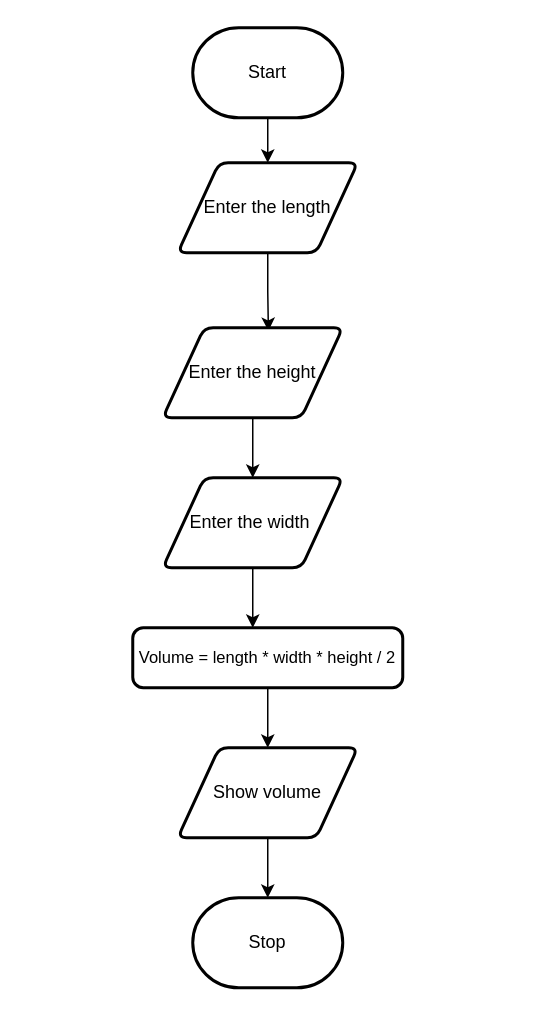
Above: design/flowchart.drawio in MTHS-ICD2O-1-2024/ICD2O-Unit-3-02-Domenic-dangelo (draw.io), before the change. Source tidied: cells renumbered, new cells numbered last; positions are measured from the earlier drawing's top-left corner, leaving out a move shared by most shapes. Both pictures are drawn from the tidied source at 150%, with x=0, y=0 at pixel (132, 27).
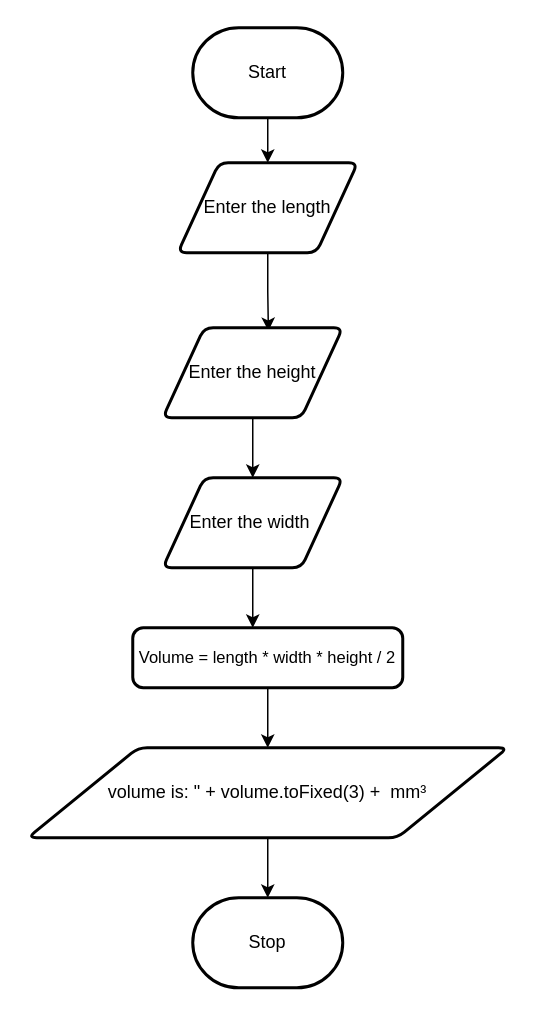
The same diagram, later.

What changed in the source:
```diff
@@
 <mxGraphModel>
   <root>
     <mxCell id="0" />
     <mxCell id="1" parent="0" />
     <mxCell id="2" value="Start" style="strokeWidth=2;html=1;shape=mxgraph.flowchart.terminator;whiteSpace=wrap;" parent="1" vertex="1">
       <mxGeometry x="40" width="100" height="60" as="geometry" />
     </mxCell>
     <mxCell id="3" value="Stop" style="strokeWidth=2;html=1;shape=mxgraph.flowchart.terminator;whiteSpace=wrap;" parent="1" vertex="1">
       <mxGeometry x="40" y="580" width="100" height="60" as="geometry" />
     </mxCell>
     <mxCell id="4" style="edgeStyle=elbowEdgeStyle;shape=connector;rounded=0;elbow=vertical;html=1;exitX=0.5;exitY=1;exitDx=0;exitDy=0;entryX=0.587;entryY=0.035;entryDx=0;entryDy=0;strokeColor=default;align=center;verticalAlign=middle;fontFamily=Helvetica;fontSize=11;fontColor=default;labelBackgroundColor=default;endArrow=classic;entryPerimeter=0;" parent="1" edge="1" source="5" target="13">
       <mxGeometry relative="1" as="geometry" />
     </mxCell>
     <mxCell id="5" value="&lt;div&gt;&lt;span style=&quot;background-color: transparent;&quot;&gt;Enter the length&lt;/span&gt;&lt;/div&gt;" style="shape=parallelogram;html=1;strokeWidth=2;perimeter=parallelogramPerimeter;whiteSpace=wrap;rounded=1;arcSize=12;size=0.23;" parent="1" vertex="1">
       <mxGeometry x="30" y="90" width="120" height="60" as="geometry" />
     </mxCell>
     <mxCell id="6" style="edgeStyle=elbowEdgeStyle;html=1;exitX=0.5;exitY=1;exitDx=0;exitDy=0;exitPerimeter=0;entryX=0.5;entryY=0;entryDx=0;entryDy=0;rounded=0;elbow=vertical;" parent="1" edge="1" source="2" target="5">
       <mxGeometry relative="1" as="geometry" />
     </mxCell>
     <mxCell id="7" style="edgeStyle=elbowEdgeStyle;shape=connector;rounded=0;elbow=vertical;html=1;exitX=0.5;exitY=1;exitDx=0;exitDy=0;entryX=0.5;entryY=0;entryDx=0;entryDy=0;strokeColor=default;align=center;verticalAlign=middle;fontFamily=Helvetica;fontSize=11;fontColor=default;labelBackgroundColor=default;endArrow=classic;" parent="1" edge="1" source="8" target="9">
       <mxGeometry relative="1" as="geometry" />
     </mxCell>
     <mxCell id="8" value="Volume = length * width * height / 2" style="rounded=1;whiteSpace=wrap;html=1;absoluteArcSize=1;arcSize=14;strokeWidth=2;fontFamily=Helvetica;fontSize=11;fontColor=default;labelBackgroundColor=default;" parent="1" vertex="1">
       <mxGeometry y="400" width="180" height="40" as="geometry" />
     </mxCell>
-    <mxCell id="9" value="Show volume" style="shape=parallelogram;html=1;strokeWidth=2;perimeter=parallelogramPerimeter;whiteSpace=wrap;rounded=1;arcSize=12;size=0.23;" parent="1" vertex="1">
-      <mxGeometry x="30" y="480" width="120" height="60" as="geometry" />
+    <mxCell id="9" value="&lt;span style=&quot;color: rgb(0, 0, 0);&quot;&gt;volume is: &quot; + volume.toFixed(3) +&amp;nbsp; mm³&lt;/span&gt;" style="shape=parallelogram;html=1;strokeWidth=2;perimeter=parallelogramPerimeter;whiteSpace=wrap;rounded=1;arcSize=12;size=0.23;" parent="1" vertex="1">
+      <mxGeometry x="-70" y="480" width="320" height="60" as="geometry" />
     </mxCell>
     <mxCell id="10" style="edgeStyle=elbowEdgeStyle;shape=connector;rounded=0;elbow=vertical;html=1;exitX=0.5;exitY=1;exitDx=0;exitDy=0;entryX=0.5;entryY=0;entryDx=0;entryDy=0;entryPerimeter=0;strokeColor=default;align=center;verticalAlign=middle;fontFamily=Helvetica;fontSize=11;fontColor=default;labelBackgroundColor=default;endArrow=classic;" parent="1" edge="1" source="9" target="3">
       <mxGeometry relative="1" as="geometry" />
     </mxCell>
     <mxCell id="11" value="&lt;div&gt;&lt;span style=&quot;background-color: transparent;&quot;&gt;Enter the width&amp;nbsp;&lt;/span&gt;&lt;/div&gt;" style="shape=parallelogram;html=1;strokeWidth=2;perimeter=parallelogramPerimeter;whiteSpace=wrap;rounded=1;arcSize=12;size=0.23;" parent="1" vertex="1">
       <mxGeometry x="20" y="300" width="120" height="60" as="geometry" />
     </mxCell>
     <mxCell id="12" style="edgeStyle=elbowEdgeStyle;shape=connector;rounded=0;elbow=vertical;html=1;exitX=0.5;exitY=1;exitDx=0;exitDy=0;strokeColor=default;align=center;verticalAlign=middle;fontFamily=Helvetica;fontSize=11;fontColor=default;labelBackgroundColor=default;endArrow=classic;" parent="1" edge="1" source="13" target="11">
       <mxGeometry relative="1" as="geometry" />
     </mxCell>
     <mxCell id="13" value="&lt;div&gt;&lt;span style=&quot;background-color: transparent;&quot;&gt;Enter the&amp;nbsp;&lt;/span&gt;&lt;span style=&quot;background-color: transparent;&quot;&gt;height&lt;/span&gt;&lt;/div&gt;" style="shape=parallelogram;html=1;strokeWidth=2;perimeter=parallelogramPerimeter;whiteSpace=wrap;rounded=1;arcSize=12;size=0.23;" parent="1" vertex="1">
       <mxGeometry x="20" y="200" width="120" height="60" as="geometry" />
     </mxCell>
     <mxCell id="14" style="edgeStyle=elbowEdgeStyle;shape=connector;rounded=0;elbow=vertical;html=1;exitX=0.5;exitY=1;exitDx=0;exitDy=0;strokeColor=default;align=center;verticalAlign=middle;fontFamily=Helvetica;fontSize=11;fontColor=default;labelBackgroundColor=default;endArrow=classic;" parent="1" edge="1" source="11">
       <mxGeometry relative="1" as="geometry">
         <mxPoint x="80" y="400" as="targetPoint" />
       </mxGeometry>
     </mxCell>
   </root>
 </mxGraphModel>
```
